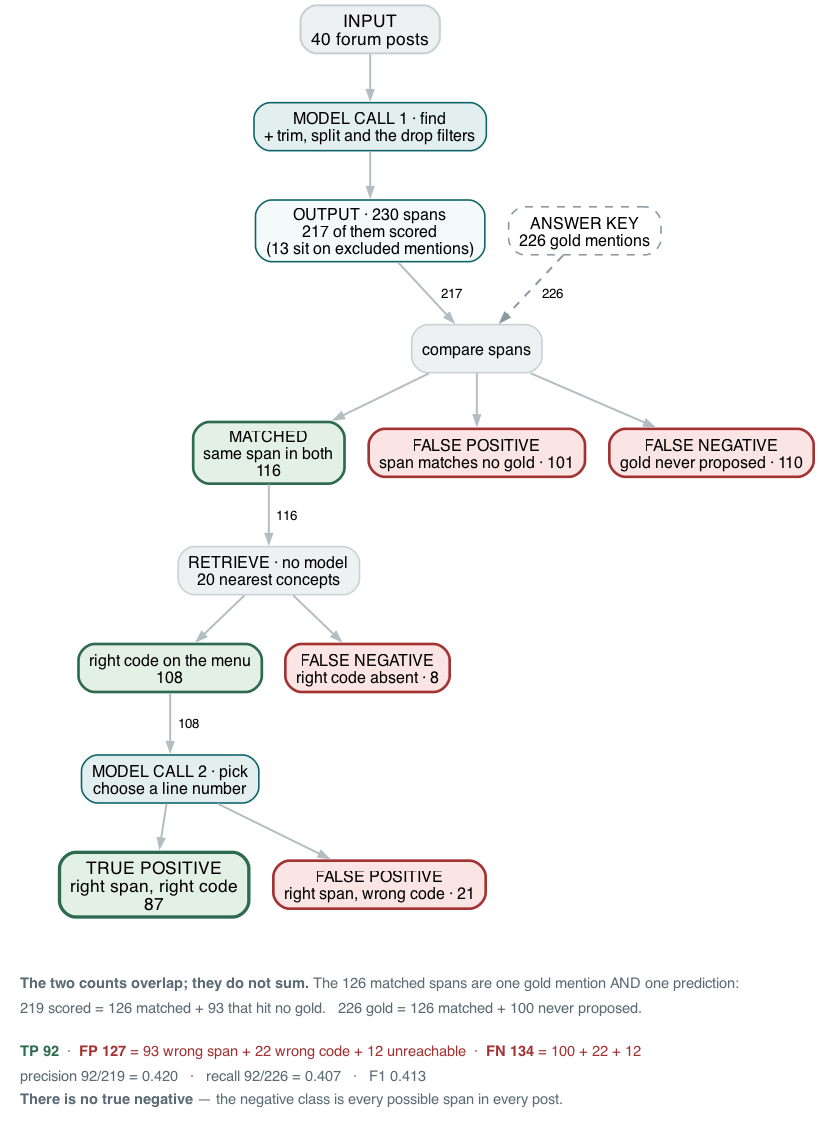
Earlier version of the Graphviz export docs/figures/fig9-funnel.png (wbagais/reliability-ladder). Its source is kept beside it as docs/figures/fig9-funnel.dot.
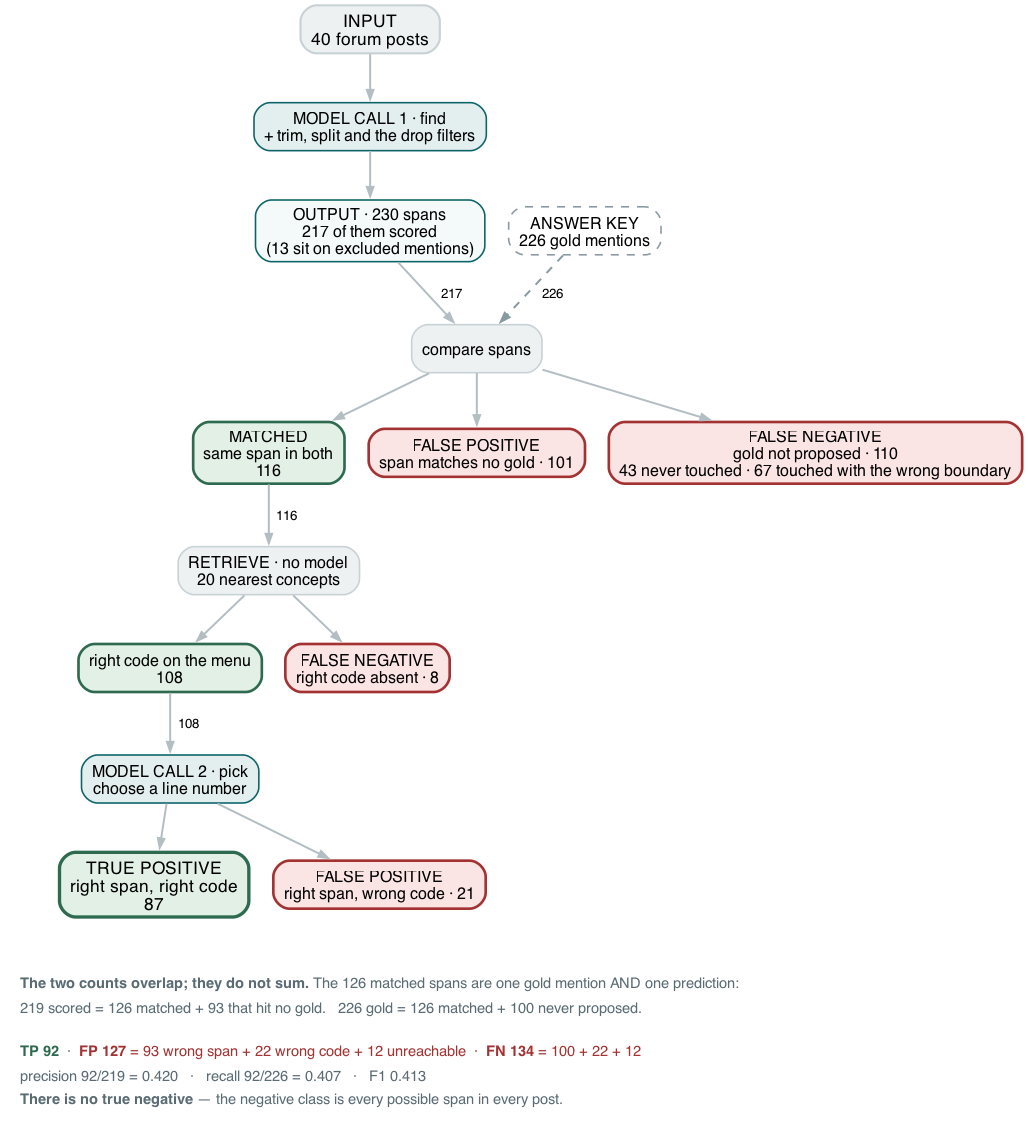
The same file after the commit.

Commit message:
fig 4 and §2: the 110 missed mentions split into 43 never touched and 67 wrong-boundary

Diff of the diagram source:
```diff
@@ -14,7 +14,7 @@
 
   found [label="MATCHED\nsame span in both\n116" fillcolor="#e3f0e6" color="#2d6a4f" penwidth=2];
   fp1   [label="FALSE POSITIVE\nspan matches no gold · 101" fillcolor="#fbe4e4" color="#a33333" penwidth=2];
-  fn1   [label="FALSE NEGATIVE\ngold never proposed · 110" fillcolor="#fbe4e4" color="#a33333" penwidth=2];
+  fn1   [label="FALSE NEGATIVE\ngold not proposed · 110\n43 never touched · 67 touched with the wrong boundary" fillcolor="#fbe4e4" color="#a33333" penwidth=2];
 
   ret    [label="RETRIEVE · no model\n20 nearest concepts" fillcolor="#eef1f2"];
   onmenu [label="right code on the menu\n108" fillcolor="#e3f0e6" color="#2d6a4f" penwidth=2];
```
